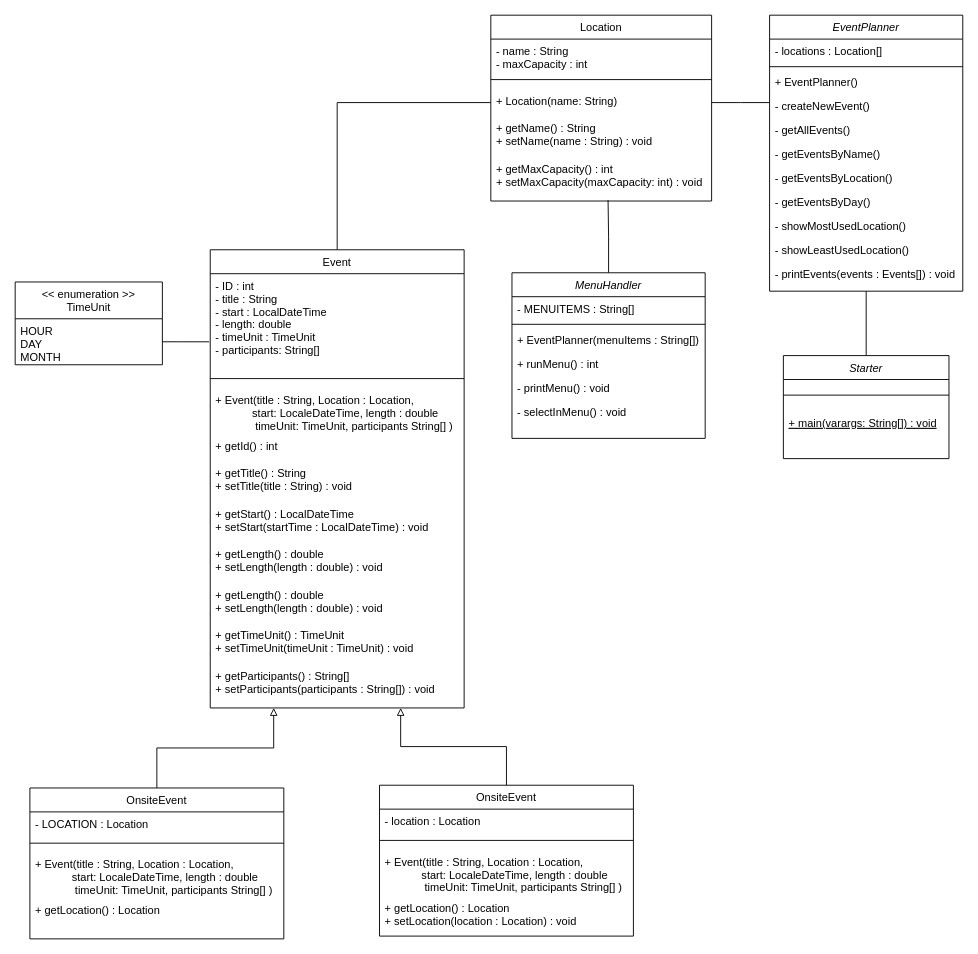
The draw.io diagram doc/UML.drawio in julix14/becker-co1-assignment-02, before the edit. Source tidied: cells renumbered, new cells numbered last; positions are measured from the earlier drawing's top-left corner, leaving out a move shared by most shapes. Both pictures are drawn from the tidied source at 92%, with x=0, y=0 at pixel (15, 15).
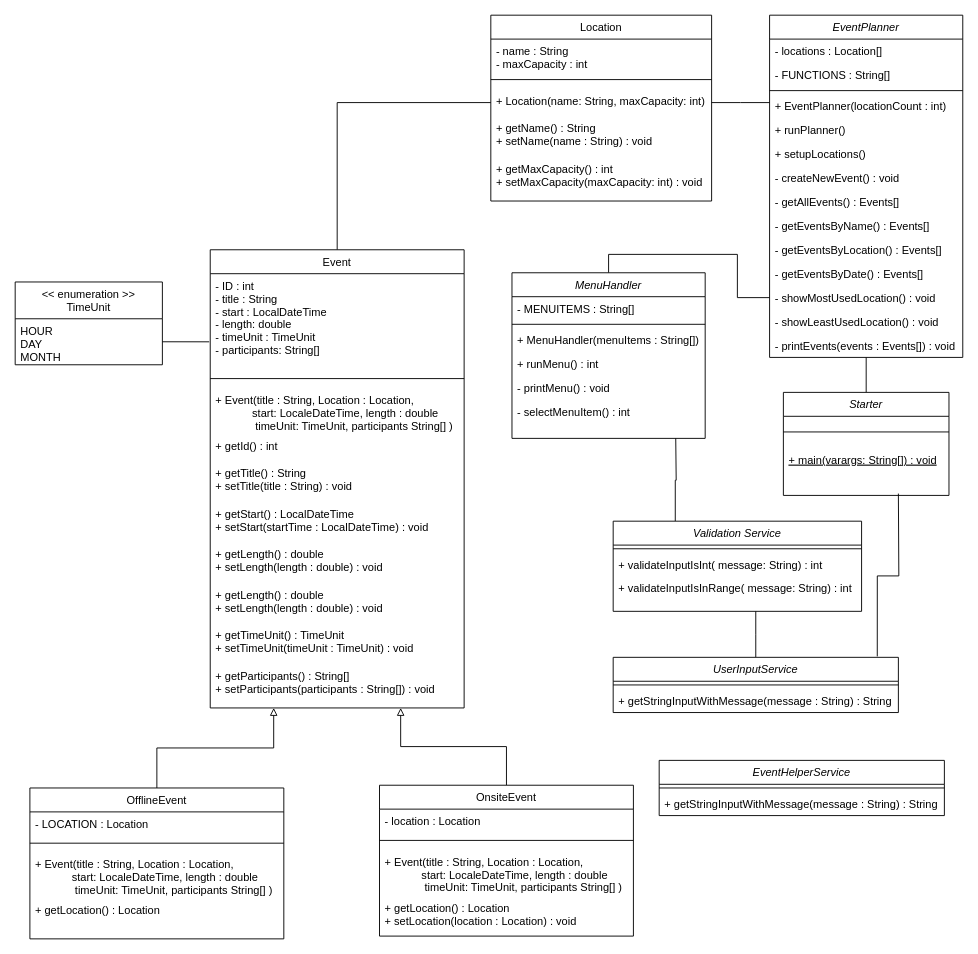
Above is the later version.

Commit message (it also covers changes not shown here):
Extend UML

The change refers to these unchanged cells:
```xml
<mxCell id="15" value="Location" style="swimlane;fontStyle=0;align=center;verticalAlign=top;horizontal=1;startSize=26;rounded=0;shadow=0;strokeWidth=1;" parent="1" vertex="1">
  <mxGeometry x="517" width="240" height="202" as="geometry" />
</mxCell>
<mxCell id="20" value="+ getMaxCapacity() : int&#10;+ setMaxCapacity(maxCapacity: int) : void" style="text;align=left;verticalAlign=top;spacingLeft=4;spacingRight=4;overflow=hidden;points=[[0,0.5],[1,0.5]];portConstraint=eastwest;" parent="15" vertex="1">
  <mxGeometry y="154" width="240" height="48" as="geometry" />
</mxCell>
<mxCell id="39" value="MenuHandler" style="swimlane;fontStyle=2;align=center;verticalAlign=top;horizontal=1;startSize=26;rounded=0;shadow=0;strokeWidth=1;" parent="1" vertex="1">
  <mxGeometry x="540" y="280" width="210" height="180" as="geometry" />
</mxCell>
```

The edit, as a diff of the source:
```diff
@@
     <mxCell id="3" value="EventPlanner" style="swimlane;fontStyle=2;align=center;verticalAlign=top;horizontal=1;startSize=26;rounded=0;shadow=0;strokeWidth=1;" parent="1" vertex="1">
-      <mxGeometry x="820" width="210" height="300" as="geometry" />
+      <mxGeometry x="820" width="210" height="372" as="geometry" />
     </mxCell>
@@
+    <mxCell id="60" value="- FUNCTIONS : String[]" style="text;align=left;verticalAlign=top;spacingLeft=4;spacingRight=4;overflow=hidden;" parent="3" vertex="1">
+      <mxGeometry y="52" width="210" height="26" as="geometry" />
+    </mxCell>
     <mxCell id="5" style="line;html=1;strokeWidth=1;align=left;verticalAlign=middle;spacingTop=-1;spacingLeft=3;spacingRight=3;labelPosition=right;" parent="3" vertex="1">
-      <mxGeometry y="52" width="210" height="8" as="geometry" />
+      <mxGeometry y="78" width="210" height="8" as="geometry" />
     </mxCell>
-    <mxCell id="6" value="+ EventPlanner()" style="text;align=left;verticalAlign=top;spacingLeft=4;spacingRight=4;overflow=hidden;fontStyle=0;" parent="3" vertex="1">
-      <mxGeometry y="60" width="210" height="26" as="geometry" />
+    <mxCell id="6" value="+ EventPlanner(locationCount : int)" style="text;align=left;verticalAlign=top;spacingLeft=4;spacingRight=4;overflow=hidden;fontStyle=0;" parent="3" vertex="1">
+      <mxGeometry y="86" width="210" height="26" as="geometry" />
     </mxCell>
+    <mxCell id="61" value="+ runPlanner()" style="text;align=left;verticalAlign=top;spacingLeft=4;spacingRight=4;overflow=hidden;fontStyle=0;" parent="3" vertex="1">
+      <mxGeometry y="112" width="210" height="26" as="geometry" />
+    </mxCell>
+    <mxCell id="62" value="+ setupLocations()" style="text;align=left;verticalAlign=top;spacingLeft=4;spacingRight=4;overflow=hidden;fontStyle=0;" parent="3" vertex="1">
+      <mxGeometry y="138" width="210" height="26" as="geometry" />
+    </mxCell>
-    <mxCell id="7" value="- createNewEvent()" style="text;align=left;verticalAlign=top;spacingLeft=4;spacingRight=4;overflow=hidden;fontStyle=0;" parent="3" vertex="1">
-      <mxGeometry y="86" width="210" height="26" as="geometry" />
+    <mxCell id="7" value="- createNewEvent() : void" style="text;align=left;verticalAlign=top;spacingLeft=4;spacingRight=4;overflow=hidden;fontStyle=0;" parent="3" vertex="1">
+      <mxGeometry y="164" width="210" height="26" as="geometry" />
     </mxCell>
-    <mxCell id="8" value="- getAllEvents()" style="text;align=left;verticalAlign=top;spacingLeft=4;spacingRight=4;overflow=hidden;fontStyle=0;" parent="3" vertex="1">
-      <mxGeometry y="112" width="210" height="26" as="geometry" />
+    <mxCell id="8" value="- getAllEvents() : Events[]" style="text;align=left;verticalAlign=top;spacingLeft=4;spacingRight=4;overflow=hidden;fontStyle=0;" parent="3" vertex="1">
+      <mxGeometry y="190" width="210" height="26" as="geometry" />
     </mxCell>
-    <mxCell id="9" value="- getEventsByName()" style="text;align=left;verticalAlign=top;spacingLeft=4;spacingRight=4;overflow=hidden;fontStyle=0;" parent="3" vertex="1">
-      <mxGeometry y="138" width="210" height="26" as="geometry" />
+    <mxCell id="9" value="- getEventsByName() : Events[]" style="text;align=left;verticalAlign=top;spacingLeft=4;spacingRight=4;overflow=hidden;fontStyle=0;" parent="3" vertex="1">
+      <mxGeometry y="216" width="210" height="26" as="geometry" />
     </mxCell>
-    <mxCell id="10" value="- getEventsByLocation()" style="text;align=left;verticalAlign=top;spacingLeft=4;spacingRight=4;overflow=hidden;fontStyle=0;" parent="3" vertex="1">
-      <mxGeometry y="164" width="210" height="26" as="geometry" />
+    <mxCell id="10" value="- getEventsByLocation() : Events[]" style="text;align=left;verticalAlign=top;spacingLeft=4;spacingRight=4;overflow=hidden;fontStyle=0;" parent="3" vertex="1">
+      <mxGeometry y="242" width="210" height="26" as="geometry" />
     </mxCell>
-    <mxCell id="11" value="- getEventsByDay()" style="text;align=left;verticalAlign=top;spacingLeft=4;spacingRight=4;overflow=hidden;fontStyle=0;" parent="3" vertex="1">
-      <mxGeometry y="190" width="210" height="26" as="geometry" />
+    <mxCell id="11" value="- getEventsByDate() : Events[]" style="text;align=left;verticalAlign=top;spacingLeft=4;spacingRight=4;overflow=hidden;fontStyle=0;" parent="3" vertex="1">
+      <mxGeometry y="268" width="210" height="26" as="geometry" />
     </mxCell>
-    <mxCell id="12" value="- showMostUsedLocation()" style="text;align=left;verticalAlign=top;spacingLeft=4;spacingRight=4;overflow=hidden;points=[[0,0.5],[1,0.5]];portConstraint=eastwest;fontStyle=0;" parent="3" vertex="1">
-      <mxGeometry y="216" width="210" height="26" as="geometry" />
+    <mxCell id="12" value="- showMostUsedLocation() : void" style="text;align=left;verticalAlign=top;spacingLeft=4;spacingRight=4;overflow=hidden;points=[[0,0.5],[1,0.5]];portConstraint=eastwest;fontStyle=0;" parent="3" vertex="1">
+      <mxGeometry y="294" width="210" height="26" as="geometry" />
     </mxCell>
-    <mxCell id="13" value="- showLeastUsedLocation()" style="text;align=left;verticalAlign=top;spacingLeft=4;spacingRight=4;overflow=hidden;fontStyle=0;" parent="3" vertex="1">
-      <mxGeometry y="242" width="210" height="26" as="geometry" />
+    <mxCell id="13" value="- showLeastUsedLocation() : void &#10;" style="text;align=left;verticalAlign=top;spacingLeft=4;spacingRight=4;overflow=hidden;fontStyle=0;" parent="3" vertex="1">
+      <mxGeometry y="320" width="210" height="26" as="geometry" />
     </mxCell>
     <mxCell id="14" value="- printEvents(events : Events[]) : void" style="text;align=left;verticalAlign=top;spacingLeft=4;spacingRight=4;overflow=hidden;fontStyle=0;" parent="3" vertex="1">
-      <mxGeometry y="268" width="210" height="26" as="geometry" />
+      <mxGeometry y="346" width="210" height="26" as="geometry" />
     </mxCell>
@@
-    <mxCell id="18" value="+ Location(name: String)" style="text;align=left;verticalAlign=top;spacingLeft=4;spacingRight=4;overflow=hidden;points=[[0,0.5],[1,0.5]];portConstraint=eastwest;" parent="15" vertex="1">
+    <mxCell id="18" value="+ Location(name: String, maxCapacity: int)" style="text;align=left;verticalAlign=top;spacingLeft=4;spacingRight=4;overflow=hidden;points=[[0,0.5],[1,0.5]];portConstraint=eastwest;" parent="15" vertex="1">
       <mxGeometry y="80" width="240" height="30" as="geometry" />
     </mxCell>
@@
     <mxCell id="35" value="Starter" style="swimlane;fontStyle=2;align=center;verticalAlign=top;horizontal=1;startSize=26;rounded=0;shadow=0;strokeWidth=1;" parent="1" vertex="1">
-      <mxGeometry x="835" y="370" width="180" height="112" as="geometry" />
+      <mxGeometry x="835" y="410" width="180" height="112" as="geometry" />
     </mxCell>
@@
-    <mxCell id="38" style="edgeStyle=orthogonalEdgeStyle;rounded=0;jettySize=auto;html=1;exitX=0.5;exitY=0;exitDx=0;exitDy=0;entryX=0.531;entryY=0.979;entryDx=0;entryDy=0;entryPerimeter=0;endArrow=none;endFill=0;" parent="1" edge="1" source="39" target="20">
+    <mxCell id="38" style="edgeStyle=orthogonalEdgeStyle;rounded=0;jettySize=auto;html=1;exitX=0.5;exitY=0;exitDx=0;exitDy=0;entryX=0;entryY=0.5;entryDx=0;entryDy=0;endArrow=none;endFill=0;" parent="1" edge="1" source="39" target="12">
       <mxGeometry relative="1" as="geometry" />
     </mxCell>
@@
-    <mxCell id="42" value="+ EventPlanner(menuItems : String[])" style="text;align=left;verticalAlign=top;spacingLeft=4;spacingRight=4;overflow=hidden;fontStyle=0;" parent="39" vertex="1">
+    <mxCell id="42" value="+ MenuHandler(menuItems : String[])" style="text;align=left;verticalAlign=top;spacingLeft=4;spacingRight=4;overflow=hidden;fontStyle=0;" parent="39" vertex="1">
       <mxGeometry y="60" width="210" height="26" as="geometry" />
     </mxCell>
@@
-    <mxCell id="45" value="- selectInMenu() : void" style="text;align=left;verticalAlign=top;spacingLeft=4;spacingRight=4;overflow=hidden;fontStyle=0;" parent="39" vertex="1">
+    <mxCell id="45" value="- selectMenuItem() : int" style="text;align=left;verticalAlign=top;spacingLeft=4;spacingRight=4;overflow=hidden;fontStyle=0;" parent="39" vertex="1">
       <mxGeometry y="138" width="210" height="26" as="geometry" />
     </mxCell>
@@
-    <mxCell id="53" value="OnsiteEvent" style="swimlane;fontStyle=0;align=center;verticalAlign=top;horizontal=1;startSize=26;rounded=0;shadow=0;strokeWidth=1;" parent="1" vertex="1">
+    <mxCell id="53" value="OfflineEvent" style="swimlane;fontStyle=0;align=center;verticalAlign=top;horizontal=1;startSize=26;rounded=0;shadow=0;strokeWidth=1;" parent="1" vertex="1">
       <mxGeometry x="16" y="840" width="276" height="164" as="geometry" />
     </mxCell>
@@
+    <mxCell id="63" style="edgeStyle=orthogonalEdgeStyle;rounded=0;jettySize=auto;html=1;exitX=0.25;exitY=0;exitDx=0;exitDy=0;endArrow=none;endFill=0;" parent="1" edge="1" source="64">
+      <mxGeometry relative="1" as="geometry">
+        <mxPoint x="718" y="460" as="targetPoint" />
+      </mxGeometry>
+    </mxCell>
+    <mxCell id="64" value="Validation Service" style="swimlane;fontStyle=2;align=center;verticalAlign=top;horizontal=1;startSize=26;rounded=0;shadow=0;strokeWidth=1;" parent="1" vertex="1">
+      <mxGeometry x="650" y="550" width="270" height="98" as="geometry" />
+    </mxCell>
+    <mxCell id="65" style="line;html=1;strokeWidth=1;align=left;verticalAlign=middle;spacingTop=-1;spacingLeft=3;spacingRight=3;labelPosition=right;" parent="64" vertex="1">
+      <mxGeometry y="26" width="270" height="8" as="geometry" />
+    </mxCell>
+    <mxCell id="66" value="+ validateInputIsInt( message: String) : int" style="text;align=left;verticalAlign=top;spacingLeft=4;spacingRight=4;overflow=hidden;fontStyle=0;" parent="64" vertex="1">
+      <mxGeometry y="34" width="270" height="26" as="geometry" />
+    </mxCell>
+    <mxCell id="67" value="+ validateInputIsInRange( message: String) : int" style="text;align=left;verticalAlign=top;spacingLeft=4;spacingRight=4;overflow=hidden;fontStyle=0;" parent="64" vertex="1">
+      <mxGeometry y="60" width="270" height="26" as="geometry" />
+    </mxCell>
+    <mxCell id="68" style="edgeStyle=orthogonalEdgeStyle;rounded=0;jettySize=auto;html=1;exitX=0.5;exitY=0;exitDx=0;exitDy=0;endArrow=none;endFill=0;" parent="1" edge="1" source="70">
+      <mxGeometry relative="1" as="geometry">
+        <mxPoint x="805" y="648" as="targetPoint" />
+      </mxGeometry>
+    </mxCell>
+    <mxCell id="69" style="edgeStyle=orthogonalEdgeStyle;rounded=0;jettySize=auto;html=1;exitX=0.926;exitY=-0.017;exitDx=0;exitDy=0;endArrow=none;endFill=0;exitPerimeter=0;" parent="1" edge="1" source="70">
+      <mxGeometry relative="1" as="geometry">
+        <mxPoint x="960" y="520" as="targetPoint" />
+      </mxGeometry>
+    </mxCell>
+    <mxCell id="70" value="UserInputService" style="swimlane;fontStyle=2;align=center;verticalAlign=top;horizontal=1;startSize=26;rounded=0;shadow=0;strokeWidth=1;" parent="1" vertex="1">
+      <mxGeometry x="650" y="698" width="310" height="60" as="geometry" />
+    </mxCell>
+    <mxCell id="71" style="line;html=1;strokeWidth=1;align=left;verticalAlign=middle;spacingTop=-1;spacingLeft=3;spacingRight=3;labelPosition=right;" parent="70" vertex="1">
+      <mxGeometry y="26" width="310" height="8" as="geometry" />
+    </mxCell>
+    <mxCell id="72" value="+ getStringInputWithMessage(message : String) : String" style="text;align=left;verticalAlign=top;spacingLeft=4;spacingRight=4;overflow=hidden;fontStyle=0;" parent="70" vertex="1">
+      <mxGeometry y="34" width="310" height="26" as="geometry" />
+    </mxCell>
+    <mxCell id="73" value="EventHelperService" style="swimlane;fontStyle=2;align=center;verticalAlign=top;horizontal=1;startSize=26;rounded=0;shadow=0;strokeWidth=1;" parent="1" vertex="1">
+      <mxGeometry x="700" y="810" width="310" height="60" as="geometry" />
+    </mxCell>
+    <mxCell id="74" style="line;html=1;strokeWidth=1;align=left;verticalAlign=middle;spacingTop=-1;spacingLeft=3;spacingRight=3;labelPosition=right;" parent="73" vertex="1">
+      <mxGeometry y="26" width="310" height="8" as="geometry" />
+    </mxCell>
+    <mxCell id="75" value="+ getStringInputWithMessage(message : String) : String" style="text;align=left;verticalAlign=top;spacingLeft=4;spacingRight=4;overflow=hidden;fontStyle=0;" parent="73" vertex="1">
+      <mxGeometry y="34" width="310" height="26" as="geometry" />
+    </mxCell>
```
